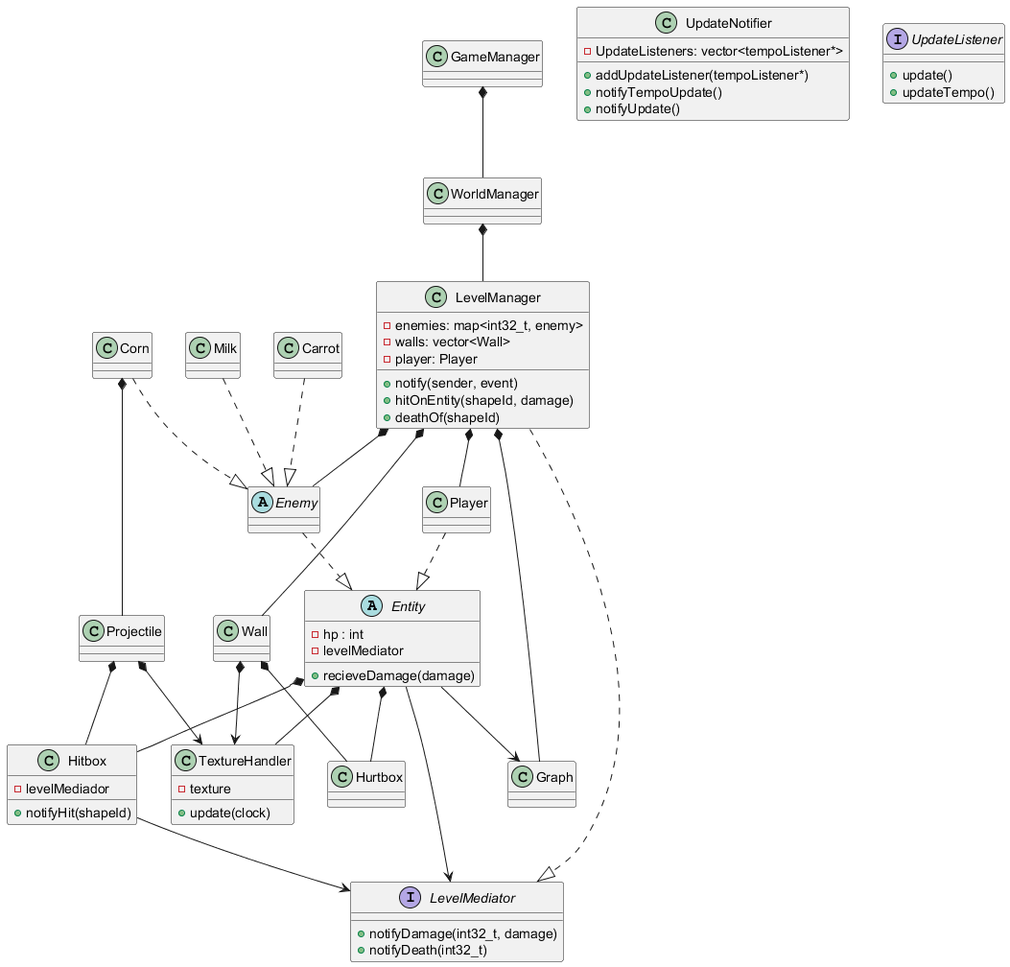
Above: diagrammeUML.png in G-Arlabosse/JIN-Gillian-Leo (PlantUML), before the change.
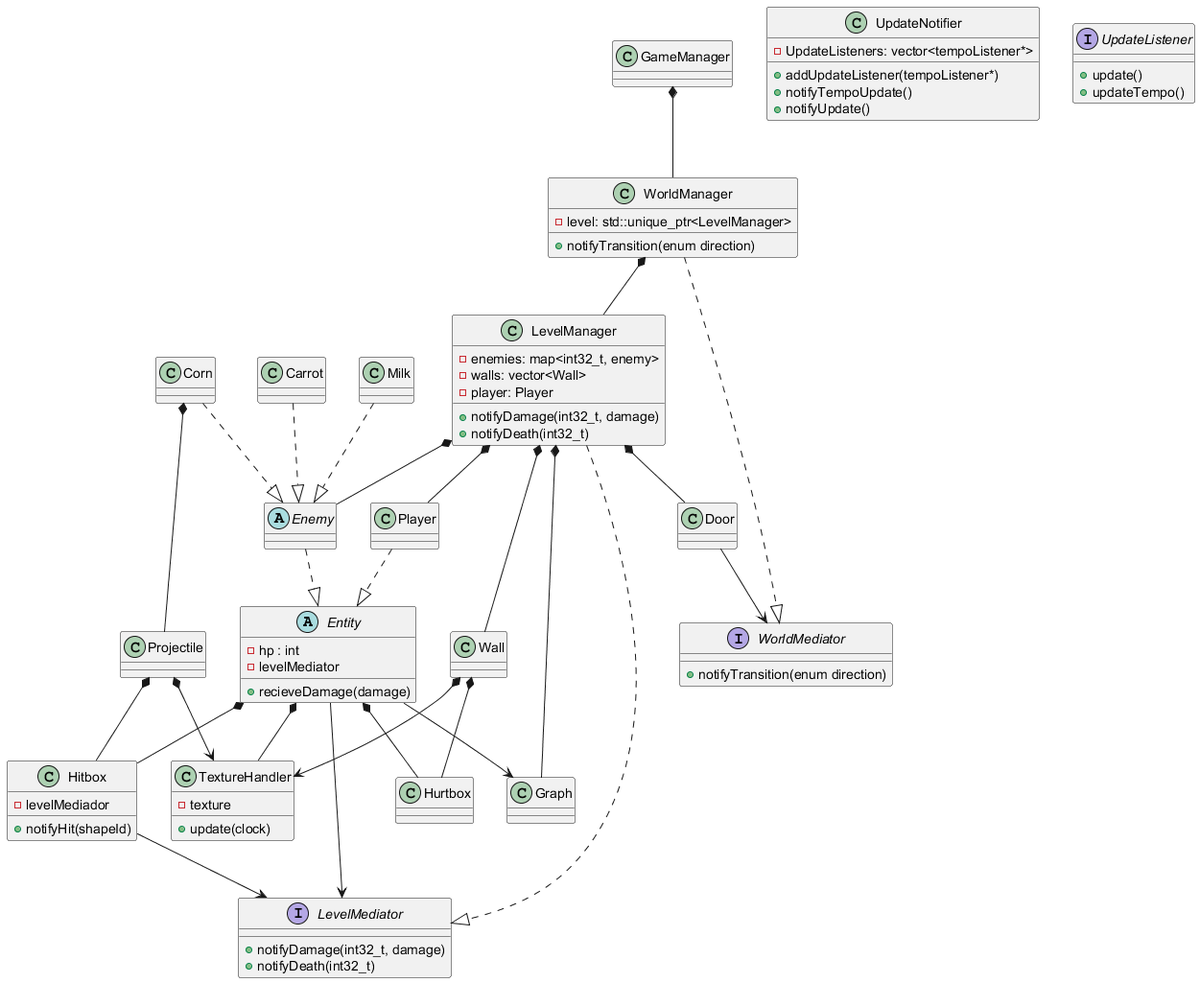
Later version of the same file.

Diff of the diagram source:
```diff
@@ -36,10 +36,18 @@
 {method}
 }
 
-class		WorldManager{
+class 		Door{
 {field}
 {method}
 }
+
+class		WorldManager{
+{field} 	- level: std::unique_ptr<LevelManager>
+{method}	+ notifyTransition(enum direction)
+}
+LevelManager *-- Door
+Door --> WorldMediator
+WorldManager ..|> WorldMediator
 
 class		GameManager{
 {field}
@@ -50,14 +58,17 @@
 {field} 	- enemies: map<int32_t, enemy>
 {field}		- walls: vector<Wall>
 {field}		- player: Player
-{method}	+ notify(sender, event)
-{method}	+ hitOnEntity(shapeId, damage)
-{method}	+ deathOf(shapeId)
+{method}	+ notifyDamage(int32_t, damage)
+{method}	+ notifyDeath(int32_t)
 }
 
 interface 	LevelMediator{
 {method}	+ notifyDamage(int32_t, damage)
 {method}	+ notifyDeath(int32_t)
+}
+
+interface	WorldMediator{
+{method}	+ notifyTransition(enum direction)
 }
 
 class		UpdateNotifier{
```
